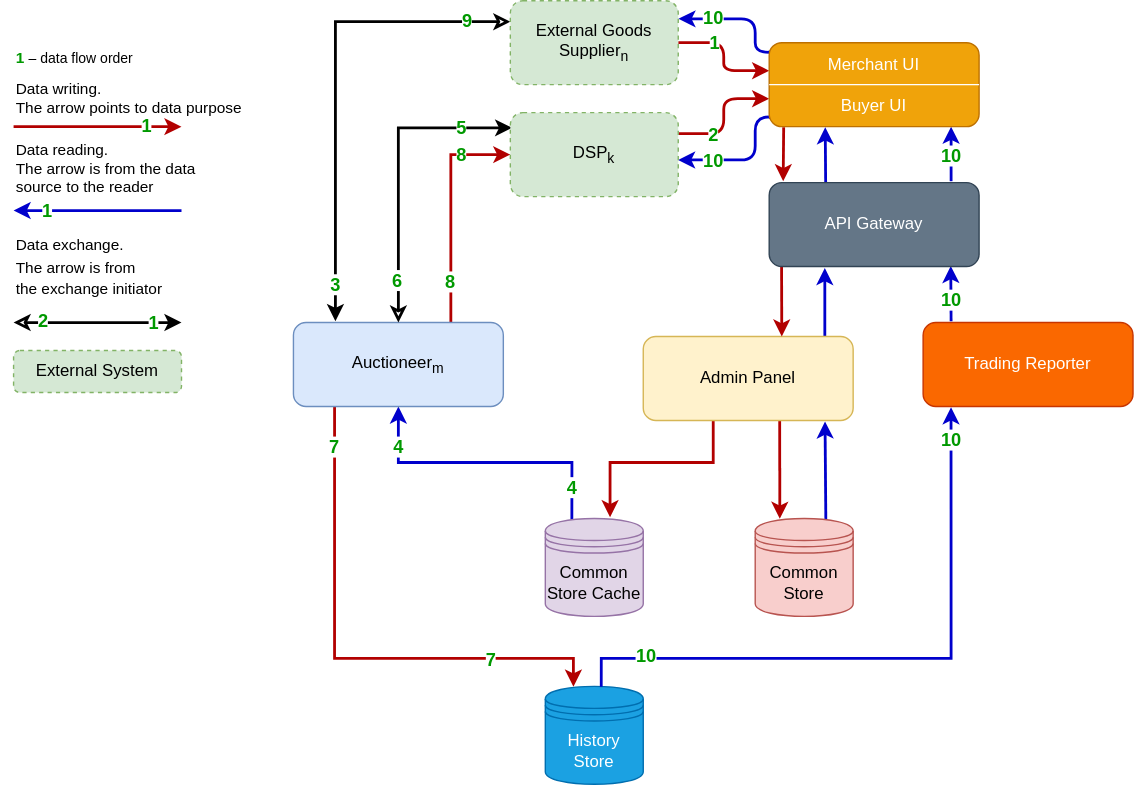
The draw.io diagram doc/architecture.svg in RTB-Project/Auctioneer, before a commit. Source tidied: cells renumbered, new cells last; positions are measured from the earlier drawing's top-left corner, leaving out a move shared by most shapes.
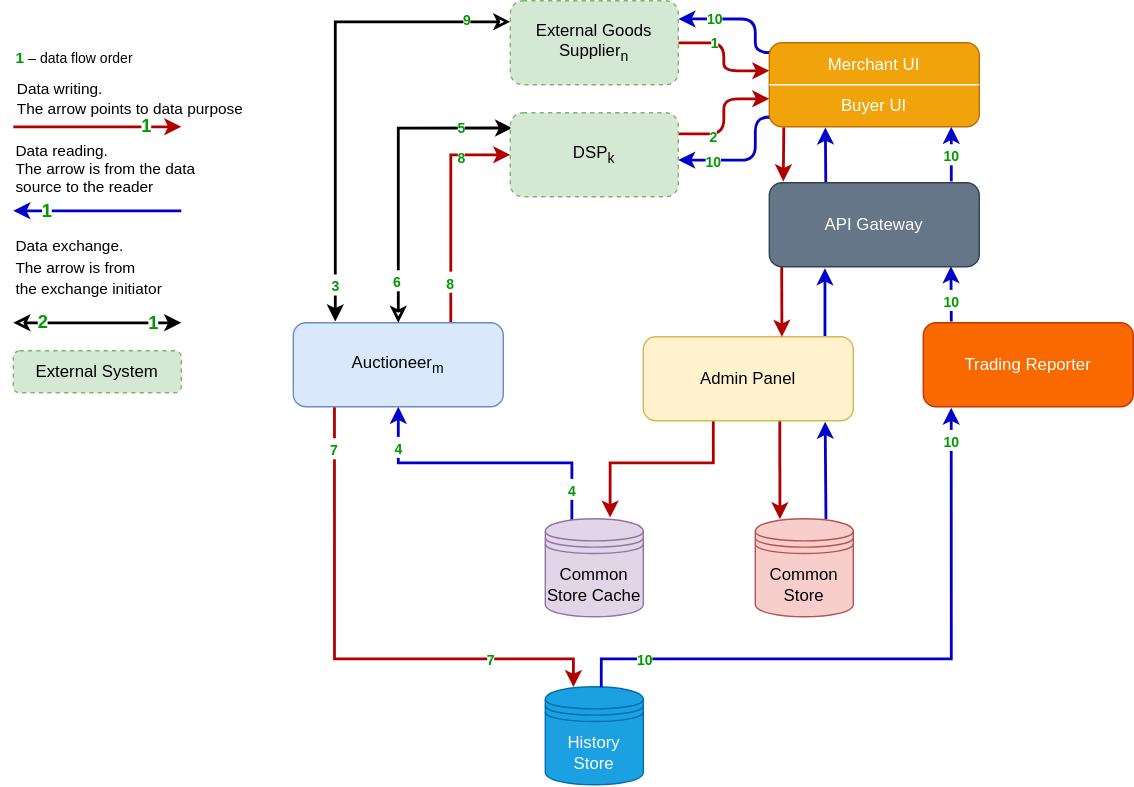
The same file after the commit.

Diff of the diagram source:
```diff
@@ -10,30 +10,32 @@
         </Array>
       </mxGeometry>
     </mxCell>
-    <mxCell id="3" value="&lt;b&gt;7&lt;/b&gt;" style="edgeLabel;html=1;align=center;verticalAlign=middle;fontSize=13;fontColor=#009900;" parent="2" vertex="1">
+    <mxCell id="3" value="&lt;b&gt;&lt;font style=&quot;font-size: 10px&quot;&gt;7&lt;/font&gt;&lt;/b&gt;" style="edgeLabel;html=1;align=center;verticalAlign=middle;fontSize=13;fontColor=#009900;" parent="2" vertex="1">
       <mxGeometry x="-0.84" y="-1" relative="1" as="geometry" />
     </mxCell>
-    <mxCell id="4" value="&lt;b&gt;7&lt;/b&gt;" style="edgeLabel;html=1;align=center;verticalAlign=middle;fontSize=13;fontColor=#009900;" parent="2" vertex="1">
-      <mxGeometry x="0.57" y="-1" relative="1" as="geometry" />
+    <mxCell id="4" value="&lt;b&gt;&lt;font style=&quot;font-size: 10px&quot;&gt;7&lt;/font&gt;&lt;/b&gt;" style="edgeLabel;html=1;align=center;verticalAlign=middle;fontSize=13;fontColor=#009900;" parent="2" vertex="1">
+      <mxGeometry x="0.57" y="-1" relative="1" as="geometry">
+        <mxPoint y="-1" as="offset" />
+      </mxGeometry>
     </mxCell>
     <mxCell id="5" style="edgeStyle=orthogonalEdgeStyle;rounded=0;jettySize=auto;html=1;entryX=0.271;entryY=0.012;entryDx=0;entryDy=0;entryPerimeter=0;startArrow=classic;startFill=1;endArrow=none;endFill=0;strokeWidth=2;fontSize=11;fontColor=#000000;strokeColor=#0000CC;labelBackgroundColor=none;exitX=0.5;exitY=1;exitDx=0;exitDy=0;" parent="1" edge="1" source="14" target="21">
       <mxGeometry relative="1" as="geometry" />
     </mxCell>
-    <mxCell id="6" value="&lt;b&gt;4&lt;/b&gt;" style="edgeLabel;html=1;align=center;verticalAlign=middle;fontSize=13;fontColor=#009900;" parent="5" vertex="1">
+    <mxCell id="6" value="&lt;b&gt;&lt;font style=&quot;font-size: 10px&quot;&gt;4&lt;/font&gt;&lt;/b&gt;" style="edgeLabel;html=1;align=center;verticalAlign=middle;fontSize=13;fontColor=#009900;" parent="5" vertex="1">
       <mxGeometry x="0.78" relative="1" as="geometry" />
     </mxCell>
-    <mxCell id="7" value="&lt;b&gt;4&lt;/b&gt;" style="edgeLabel;html=1;align=center;verticalAlign=middle;fontSize=13;fontColor=#009900;" parent="5" vertex="1">
+    <mxCell id="7" value="&lt;b&gt;&lt;font style=&quot;font-size: 10px&quot;&gt;4&lt;/font&gt;&lt;/b&gt;" style="edgeLabel;html=1;align=center;verticalAlign=middle;fontSize=13;fontColor=#009900;" parent="5" vertex="1">
       <mxGeometry x="-0.72" relative="1" as="geometry" />
     </mxCell>
     <mxCell id="8" style="edgeStyle=orthogonalEdgeStyle;rounded=0;jettySize=auto;html=1;entryX=0;entryY=0.5;entryDx=0;entryDy=0;startArrow=none;startFill=0;endArrow=classic;endFill=1;strokeWidth=2;fontSize=11;fontColor=#000000;exitX=0.75;exitY=0;exitDx=0;exitDy=0;strokeColor=#B20000;fillColor=#e51400;labelBackgroundColor=none;" parent="1" edge="1" source="14" target="29">
       <mxGeometry relative="1" as="geometry" />
     </mxCell>
-    <mxCell id="9" value="&lt;b&gt;8&lt;/b&gt;" style="edgeLabel;html=1;align=center;verticalAlign=middle;fontSize=13;fontColor=#009900;" parent="8" vertex="1">
+    <mxCell id="9" value="&lt;b&gt;&lt;font style=&quot;font-size: 10px&quot;&gt;8&lt;/font&gt;&lt;/b&gt;" style="edgeLabel;html=1;align=center;verticalAlign=middle;fontSize=13;fontColor=#009900;" parent="8" vertex="1">
       <mxGeometry x="0.02" relative="1" as="geometry">
         <mxPoint x="7.5" y="-37.1" as="offset" />
       </mxGeometry>
     </mxCell>
-    <mxCell id="10" value="&lt;b&gt;8&lt;/b&gt;" style="edgeLabel;html=1;align=center;verticalAlign=middle;fontSize=13;fontColor=#009900;" parent="8" vertex="1">
+    <mxCell id="10" value="&lt;b&gt;&lt;font style=&quot;font-size: 10px&quot;&gt;8&lt;/font&gt;&lt;/b&gt;" style="edgeLabel;html=1;align=center;verticalAlign=middle;fontSize=13;fontColor=#009900;" parent="8" vertex="1">
       <mxGeometry x="-0.64" y="1" relative="1" as="geometry" />
     </mxCell>
     <mxCell id="11" style="edgeStyle=orthogonalEdgeStyle;rounded=0;jettySize=auto;html=1;startArrow=classic;startFill=1;startSize=6;endArrow=classic;endFill=0;endSize=6;strokeWidth=2;fontSize=13;fontColor=#009900;entryX=0;entryY=0.25;entryDx=0;entryDy=0;" parent="1" edge="1" target="34">
@@ -44,12 +46,12 @@
         </Array>
       </mxGeometry>
     </mxCell>
-    <mxCell id="12" value="&lt;b&gt;3&lt;/b&gt;" style="edgeLabel;html=1;align=center;verticalAlign=middle;fontSize=13;fontColor=#009900;" parent="11" vertex="1">
+    <mxCell id="12" value="&lt;b&gt;&lt;font style=&quot;font-size: 10px&quot;&gt;3&lt;/font&gt;&lt;/b&gt;" style="edgeLabel;html=1;align=center;verticalAlign=middle;fontSize=13;fontColor=#009900;" parent="11" vertex="1">
       <mxGeometry x="-0.49" relative="1" as="geometry">
         <mxPoint y="60" as="offset" />
       </mxGeometry>
     </mxCell>
-    <mxCell id="13" value="&lt;b&gt;9&lt;/b&gt;" style="edgeLabel;html=1;align=center;verticalAlign=middle;fontSize=13;fontColor=#009900;" parent="11" vertex="1">
+    <mxCell id="13" value="&lt;b&gt;&lt;font style=&quot;font-size: 10px&quot;&gt;9&lt;/font&gt;&lt;/b&gt;" style="edgeLabel;html=1;align=center;verticalAlign=middle;fontSize=10;fontColor=#009900;" parent="11" vertex="1">
       <mxGeometry x="0.81" y="1" relative="1" as="geometry" />
     </mxCell>
     <mxCell id="14" value="Auctioneer&lt;sub&gt;m&lt;/sub&gt;" style="rounded=1;whiteSpace=wrap;html=1;fillColor=#dae8fc;strokeColor=#6c8ebf;labelBackgroundColor=none;" parent="1" vertex="1">
@@ -87,18 +89,18 @@
     <mxCell id="22" style="edgeStyle=orthogonalEdgeStyle;rounded=0;jettySize=auto;html=1;entryX=0.5;entryY=0;entryDx=0;entryDy=0;startArrow=classic;startFill=1;endArrow=classic;endFill=0;strokeWidth=2;labelBackgroundColor=#ffffff;exitX=0.011;exitY=0.181;exitDx=0;exitDy=0;exitPerimeter=0;startSize=6;endSize=6;fontSize=13;fontColor=#009900;" parent="1" edge="1" source="29" target="14">
       <mxGeometry relative="1" as="geometry" />
     </mxCell>
-    <mxCell id="23" value="&lt;b&gt;5&lt;/b&gt;" style="edgeLabel;html=1;align=center;verticalAlign=middle;fontSize=13;fontColor=#009900;" parent="22" vertex="1">
+    <mxCell id="23" value="&lt;b&gt;&lt;font style=&quot;font-size: 10px&quot;&gt;5&lt;/font&gt;&lt;/b&gt;" style="edgeLabel;html=1;align=center;verticalAlign=middle;fontSize=13;fontColor=#009900;" parent="22" vertex="1">
       <mxGeometry x="0.25" relative="1" as="geometry">
         <mxPoint x="45" y="-57.3" as="offset" />
       </mxGeometry>
     </mxCell>
-    <mxCell id="24" value="&lt;b&gt;6&lt;/b&gt;" style="edgeLabel;html=1;align=center;verticalAlign=middle;fontSize=13;fontColor=#009900;" parent="22" vertex="1">
+    <mxCell id="24" value="&lt;b&gt;&lt;font style=&quot;font-size: 10px&quot;&gt;6&lt;/font&gt;&lt;/b&gt;" style="edgeLabel;html=1;align=center;verticalAlign=middle;fontSize=13;fontColor=#009900;" parent="22" vertex="1">
       <mxGeometry x="0.73" y="-1" relative="1" as="geometry" />
     </mxCell>
     <mxCell id="25" style="rounded=1;jettySize=auto;html=1;endArrow=classic;strokeColor=#B20000;strokeWidth=2;fillColor=#e51400;labelBackgroundColor=none;entryX=0;entryY=0.667;entryDx=0;entryDy=0;entryPerimeter=0;edgeStyle=orthogonalEdgeStyle;exitX=1;exitY=0.25;exitDx=0;exitDy=0;" parent="1" edge="1" source="29" target="55">
       <mxGeometry relative="1" as="geometry" />
     </mxCell>
-    <mxCell id="26" value="2" style="edgeLabel;html=1;align=center;verticalAlign=middle;fontColor=#009900;fontStyle=1;fontSize=13;" parent="25" vertex="1">
+    <mxCell id="26" value="&lt;font style=&quot;font-size: 10px&quot;&gt;2&lt;/font&gt;" style="edgeLabel;html=1;align=center;verticalAlign=middle;fontColor=#009900;fontStyle=1;fontSize=13;" parent="25" vertex="1">
       <mxGeometry x="-0.7" y="-1" relative="1" as="geometry">
         <mxPoint x="11.3" as="offset" />
       </mxGeometry>
@@ -112,7 +114,7 @@
         </Array>
       </mxGeometry>
     </mxCell>
-    <mxCell id="28" value="&lt;b&gt;10&lt;/b&gt;" style="edgeLabel;html=1;align=center;verticalAlign=middle;fontSize=13;fontColor=#009900;" parent="27" vertex="1">
+    <mxCell id="28" value="&lt;b&gt;&lt;font style=&quot;font-size: 10px&quot;&gt;10&lt;/font&gt;&lt;/b&gt;" style="edgeLabel;html=1;align=center;verticalAlign=middle;fontSize=13;fontColor=#009900;" parent="27" vertex="1">
       <mxGeometry x="-0.38" relative="1" as="geometry">
         <mxPoint x="-10.9" as="offset" />
       </mxGeometry>
@@ -123,7 +125,7 @@
     <mxCell id="30" style="edgeStyle=orthogonalEdgeStyle;rounded=1;jettySize=auto;html=1;entryX=0;entryY=0.333;entryDx=0;entryDy=0;entryPerimeter=0;endArrow=classic;strokeColor=#B20000;strokeWidth=2;fillColor=#e51400;labelBackgroundColor=none;" parent="1" edge="1" source="34" target="55">
       <mxGeometry relative="1" as="geometry" />
     </mxCell>
-    <mxCell id="31" value="&lt;b&gt;&lt;font style=&quot;font-size: 13px&quot;&gt;1&lt;/font&gt;&lt;/b&gt;" style="edgeLabel;html=1;align=center;verticalAlign=middle;fontColor=#009900;" parent="30" vertex="1">
+    <mxCell id="31" value="&lt;b&gt;&lt;font style=&quot;font-size: 10px&quot;&gt;1&lt;/font&gt;&lt;/b&gt;" style="edgeLabel;html=1;align=center;verticalAlign=middle;fontColor=#009900;" parent="30" vertex="1">
       <mxGeometry x="0.25" y="4" relative="1" as="geometry">
         <mxPoint x="-7.9" y="-16" as="offset" />
       </mxGeometry>
@@ -137,7 +139,7 @@
         </Array>
       </mxGeometry>
     </mxCell>
-    <mxCell id="33" value="&lt;b&gt;10&lt;/b&gt;" style="edgeLabel;html=1;align=center;verticalAlign=middle;fontSize=13;fontColor=#009900;" parent="32" vertex="1">
+    <mxCell id="33" value="&lt;b&gt;&lt;font style=&quot;font-size: 10px&quot;&gt;10&lt;/font&gt;&lt;/b&gt;" style="edgeLabel;html=1;align=center;verticalAlign=middle;fontSize=13;fontColor=#009900;" parent="32" vertex="1">
       <mxGeometry x="-0.32" y="1" relative="1" as="geometry">
         <mxPoint x="-12.3" as="offset" />
       </mxGeometry>
@@ -211,10 +213,12 @@
         </Array>
       </mxGeometry>
     </mxCell>
-    <mxCell id="49" value="&lt;b&gt;10&lt;/b&gt;" style="edgeLabel;html=1;align=center;verticalAlign=middle;fontSize=13;fontColor=#009900;" parent="48" vertex="1">
-      <mxGeometry x="0.77" y="-2" relative="1" as="geometry" />
+    <mxCell id="49" value="&lt;b&gt;&lt;font style=&quot;font-size: 10px&quot;&gt;10&lt;/font&gt;&lt;/b&gt;" style="edgeLabel;html=1;align=center;verticalAlign=middle;fontSize=13;fontColor=#009900;" parent="48" vertex="1">
+      <mxGeometry x="0.77" y="-2" relative="1" as="geometry">
+        <mxPoint y="2" as="offset" />
+      </mxGeometry>
     </mxCell>
-    <mxCell id="50" value="&lt;b&gt;10&lt;/b&gt;" style="edgeLabel;html=1;align=center;verticalAlign=middle;fontSize=13;fontColor=#009900;" parent="48" vertex="1">
+    <mxCell id="50" value="&lt;b&gt;&lt;font style=&quot;font-size: 10px&quot;&gt;10&lt;/font&gt;&lt;/b&gt;" style="edgeLabel;html=1;align=center;verticalAlign=middle;fontSize=13;fontColor=#009900;" parent="48" vertex="1">
       <mxGeometry x="-0.9" relative="1" as="geometry" />
     </mxCell>
     <mxCell id="51" value="Trading Reporter" style="rounded=1;whiteSpace=wrap;html=1;fillColor=#fa6800;strokeColor=#C73500;fontColor=#ffffff;labelBackgroundColor=none;" parent="1" vertex="1">
@@ -231,7 +235,7 @@
         <mxPoint x="670" y="129" as="targetPoint" />
       </mxGeometry>
     </mxCell>
-    <mxCell id="54" value="&lt;b&gt;10&lt;/b&gt;" style="edgeLabel;html=1;align=center;verticalAlign=middle;fontSize=13;fontColor=#009900;" parent="53" vertex="1">
+    <mxCell id="54" value="&lt;b&gt;&lt;font style=&quot;font-size: 10px&quot;&gt;10&lt;/font&gt;&lt;/b&gt;" style="edgeLabel;html=1;align=center;verticalAlign=middle;fontSize=13;fontColor=#009900;" parent="53" vertex="1">
       <mxGeometry x="0.3" relative="1" as="geometry">
         <mxPoint y="-5.3" as="offset" />
       </mxGeometry>
@@ -250,7 +254,7 @@
         <mxPoint x="670" y="229" as="targetPoint" />
       </mxGeometry>
     </mxCell>
-    <mxCell id="59" value="&lt;b&gt;10&lt;/b&gt;" style="edgeLabel;html=1;align=center;verticalAlign=middle;fontSize=13;fontColor=#009900;" parent="58" vertex="1">
+    <mxCell id="59" value="&lt;b&gt;&lt;font style=&quot;font-size: 10px&quot;&gt;10&lt;/font&gt;&lt;/b&gt;" style="edgeLabel;html=1;align=center;verticalAlign=middle;fontSize=13;fontColor=#009900;" parent="58" vertex="1">
       <mxGeometry x="0.22" relative="1" as="geometry" />
     </mxCell>
     <mxCell id="60" style="edgeStyle=orthogonalEdgeStyle;rounded=0;jettySize=auto;html=1;startArrow=none;startFill=0;endArrow=classic;endFill=1;strokeWidth=2;fontSize=11;fontColor=#000000;exitX=0.269;exitY=0;exitDx=0;exitDy=0;exitPerimeter=0;strokeColor=#0000CC;labelBackgroundColor=none;entryX=0.267;entryY=1.008;entryDx=0;entryDy=0;entryPerimeter=0;" parent="1" edge="1" source="61" target="55">
```
